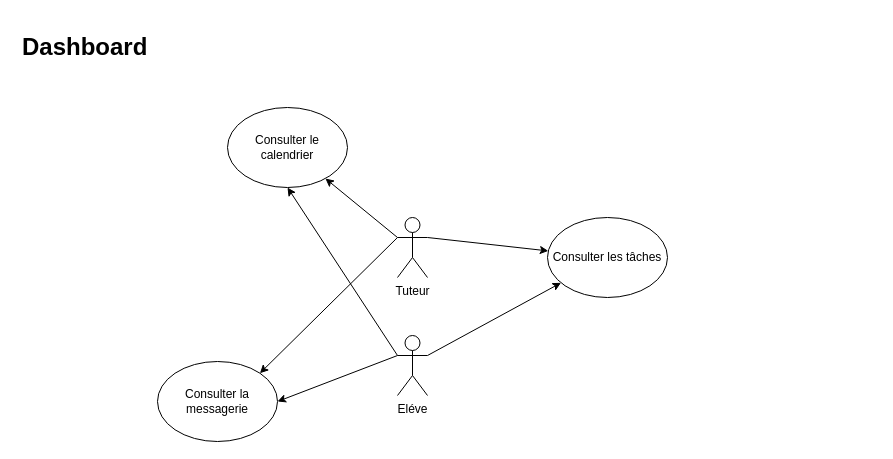
Above: page "Dashboard" (3 of 6) of P10Uml.drawio in tetyanachouteau/P10LHome (draw.io), before the change. Source tidied: cells renumbered, new cells numbered last; positions are measured from the earlier drawing's top-left corner, leaving out a move shared by most shapes. Both pictures are drawn from the tidied source at 100%, with x=0, y=0 at pixel (17, 27).
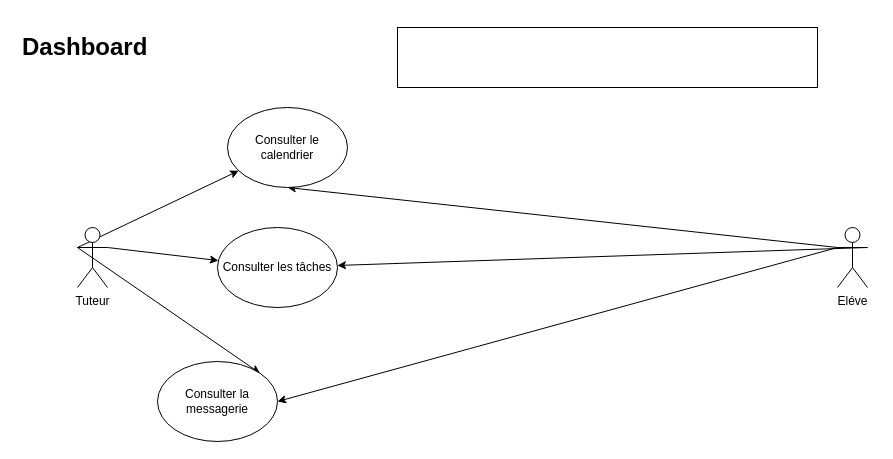
The same page after the edit.

Change to the diagram source:
```diff
@@
 <mxGraphModel>
   <root>
     <mxCell id="0" />
     <mxCell id="1" parent="0" />
     <mxCell id="2" style="edgeStyle=none;rounded=0;jettySize=auto;html=1;exitX=0;exitY=0.3333333333333333;exitDx=0;exitDy=0;exitPerimeter=0;entryX=1;entryY=0;entryDx=0;entryDy=0;" parent="1" edge="1" source="5" target="10">
       <mxGeometry relative="1" as="geometry" />
     </mxCell>
     <mxCell id="3" style="edgeStyle=none;rounded=0;jettySize=auto;html=1;exitX=1;exitY=0.3333333333333333;exitDx=0;exitDy=0;exitPerimeter=0;" parent="1" edge="1" source="5" target="12">
       <mxGeometry relative="1" as="geometry" />
     </mxCell>
     <mxCell id="4" style="edgeStyle=none;rounded=0;jettySize=auto;html=1;exitX=0;exitY=0.3333333333333333;exitDx=0;exitDy=0;exitPerimeter=0;" parent="1" edge="1" source="5" target="11">
       <mxGeometry relative="1" as="geometry" />
     </mxCell>
     <mxCell id="5" value="Tuteur" style="shape=umlActor;verticalLabelPosition=bottom;verticalAlign=top;html=1;outlineConnect=0;" parent="1" vertex="1">
-      <mxGeometry x="380" y="190" width="30" height="60" as="geometry" />
+      <mxGeometry x="60" y="200" width="30" height="60" as="geometry" />
     </mxCell>
     <mxCell id="6" style="edgeStyle=none;rounded=0;jettySize=auto;html=1;exitX=0;exitY=0.3333333333333333;exitDx=0;exitDy=0;exitPerimeter=0;entryX=1;entryY=0.5;entryDx=0;entryDy=0;" parent="1" edge="1" source="9" target="10">
       <mxGeometry relative="1" as="geometry" />
     </mxCell>
     <mxCell id="7" style="edgeStyle=none;rounded=0;jettySize=auto;html=1;exitX=1;exitY=0.3333333333333333;exitDx=0;exitDy=0;exitPerimeter=0;" parent="1" edge="1" source="9" target="12">
       <mxGeometry relative="1" as="geometry" />
     </mxCell>
     <mxCell id="8" style="edgeStyle=none;rounded=0;jettySize=auto;html=1;exitX=0;exitY=0.3333333333333333;exitDx=0;exitDy=0;exitPerimeter=0;entryX=0.5;entryY=1;entryDx=0;entryDy=0;" parent="1" edge="1" source="9" target="11">
       <mxGeometry relative="1" as="geometry" />
     </mxCell>
     <mxCell id="9" value="Eléve" style="shape=umlActor;verticalLabelPosition=bottom;verticalAlign=top;html=1;outlineConnect=0;" parent="1" vertex="1">
-      <mxGeometry x="380" y="308" width="30" height="60" as="geometry" />
+      <mxGeometry x="820" y="200" width="30" height="60" as="geometry" />
     </mxCell>
     <mxCell id="10" value="Consulter la messagerie" style="ellipse;whiteSpace=wrap;html=1;" parent="1" vertex="1">
       <mxGeometry x="140" y="334" width="120" height="80" as="geometry" />
     </mxCell>
     <mxCell id="11" value="Consulter le calendrier" style="ellipse;whiteSpace=wrap;html=1;" parent="1" vertex="1">
       <mxGeometry x="210" y="80" width="120" height="80" as="geometry" />
     </mxCell>
     <mxCell id="12" value="Consulter les tâches" style="ellipse;whiteSpace=wrap;html=1;" parent="1" vertex="1">
-      <mxGeometry x="530" y="190" width="120" height="80" as="geometry" />
+      <mxGeometry x="200" y="200" width="120" height="80" as="geometry" />
     </mxCell>
     <mxCell id="13" value="&lt;h1&gt;Dashboard&lt;/h1&gt;" style="text;html=1;strokeColor=none;fillColor=none;spacing=5;spacingTop=-20;whiteSpace=wrap;overflow=hidden;rounded=0;" parent="1" vertex="1">
       <mxGeometry width="190" height="120" as="geometry" />
     </mxCell>
+    <mxCell id="14" style="rounded=0;whiteSpace=wrap;html=1;" parent="1" vertex="1">
+      <mxGeometry x="380" width="420" height="60" as="geometry" />
+    </mxCell>
   </root>
 </mxGraphModel>
```
